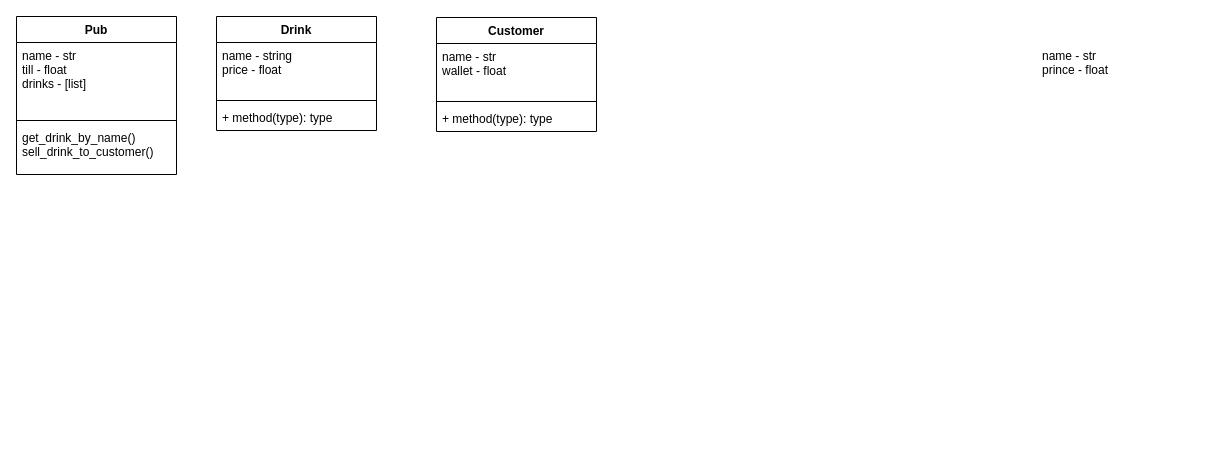
Earlier version of the draw.io diagram pub_plan.drawio (Andrej300/week_2_day_3_pub_lab). Source tidied: cells renumbered, new cells numbered last; positions are measured from the earlier drawing's top-left corner, leaving out a move shared by most shapes. Both pictures are drawn from the tidied source at 100%, with x=0, y=0 at pixel (16, 16).
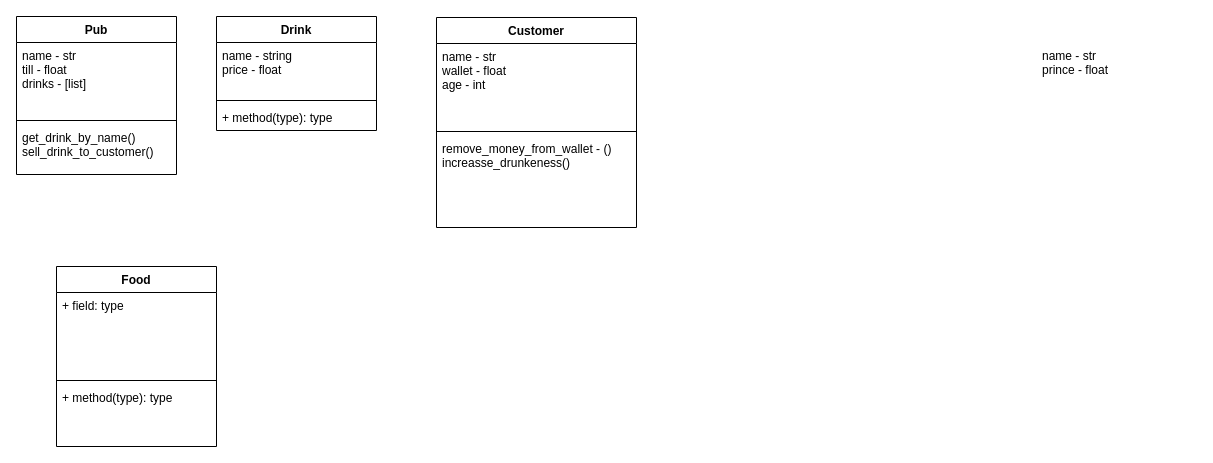
After the change.

The edit, as a diff of the source:
```diff
@@
 <mxGraphModel>
   <root>
     <mxCell id="0" />
     <mxCell id="1" parent="0" />
     <mxCell id="2" value="Customer" style="swimlane;fontStyle=1;align=center;verticalAlign=top;horizontal=1;startSize=26;" parent="1" vertex="1">
-      <mxGeometry x="420" y="1" width="160" height="114" as="geometry" />
+      <mxGeometry x="420" y="1" width="200" height="210" as="geometry" />
     </mxCell>
-    <mxCell id="3" value="name - str&#10;wallet - float" style="text;strokeColor=none;fillColor=none;align=left;verticalAlign=top;spacingLeft=4;spacingRight=4;overflow=hidden;" parent="2" vertex="1">
-      <mxGeometry y="26" width="160" height="54" as="geometry" />
+    <mxCell id="3" value="name - str&#10;wallet - float&#10;age - int" style="text;strokeColor=none;fillColor=none;align=left;verticalAlign=top;spacingLeft=4;spacingRight=4;overflow=hidden;" parent="2" vertex="1">
+      <mxGeometry y="26" width="200" height="84" as="geometry" />
     </mxCell>
     <mxCell id="4" style="line;strokeWidth=1;fillColor=none;align=left;verticalAlign=middle;spacingTop=-1;spacingLeft=3;spacingRight=3;labelPosition=right;" parent="2" vertex="1">
-      <mxGeometry y="80" width="160" height="8" as="geometry" />
+      <mxGeometry y="110" width="200" height="8" as="geometry" />
     </mxCell>
-    <mxCell id="5" value="+ method(type): type" style="text;strokeColor=none;fillColor=none;align=left;verticalAlign=top;spacingLeft=4;spacingRight=4;overflow=hidden;" parent="2" vertex="1">
-      <mxGeometry y="88" width="160" height="26" as="geometry" />
+    <mxCell id="5" value="remove_money_from_wallet - ()&#10;increasse_drunkeness()" style="text;strokeColor=none;fillColor=none;align=left;verticalAlign=top;spacingLeft=4;spacingRight=4;overflow=hidden;" parent="2" vertex="1">
+      <mxGeometry y="118" width="200" height="92" as="geometry" />
     </mxCell>
     <mxCell id="6" value="Pub" style="swimlane;fontStyle=1;align=center;verticalAlign=top;horizontal=1;startSize=26;" parent="1" vertex="1">
       <mxGeometry width="160" height="158" as="geometry" />
     </mxCell>
     <mxCell id="7" value="name - str&#10;till - float&#10;drinks - [list]" style="text;strokeColor=none;fillColor=none;align=left;verticalAlign=top;spacingLeft=4;spacingRight=4;overflow=hidden;" parent="6" vertex="1">
       <mxGeometry y="26" width="160" height="74" as="geometry" />
     </mxCell>
     <mxCell id="8" style="line;strokeWidth=1;fillColor=none;align=left;verticalAlign=middle;spacingTop=-1;spacingLeft=3;spacingRight=3;labelPosition=right;" parent="6" vertex="1">
       <mxGeometry y="100" width="160" height="8" as="geometry" />
     </mxCell>
     <mxCell id="9" value="get_drink_by_name()&#10;sell_drink_to_customer()" style="text;strokeColor=none;fillColor=none;align=left;verticalAlign=top;spacingLeft=4;spacingRight=4;overflow=hidden;" parent="6" vertex="1">
       <mxGeometry y="108" width="160" height="50" as="geometry" />
     </mxCell>
     <mxCell id="10" value="name - str&#10;prince - float" style="text;strokeColor=none;fillColor=none;align=left;verticalAlign=top;spacingLeft=4;spacingRight=4;overflow=hidden;" parent="1" vertex="1">
       <mxGeometry x="1020" y="26" width="160" height="54" as="geometry" />
     </mxCell>
     <mxCell id="11" value="Drink" style="swimlane;fontStyle=1;align=center;verticalAlign=top;horizontal=1;startSize=26;" parent="1" vertex="1">
       <mxGeometry x="200" width="160" height="114" as="geometry" />
     </mxCell>
     <mxCell id="12" value="name - string&#10;price - float" style="text;strokeColor=none;fillColor=none;align=left;verticalAlign=top;spacingLeft=4;spacingRight=4;overflow=hidden;" parent="11" vertex="1">
       <mxGeometry y="26" width="160" height="54" as="geometry" />
     </mxCell>
     <mxCell id="13" style="line;strokeWidth=1;fillColor=none;align=left;verticalAlign=middle;spacingTop=-1;spacingLeft=3;spacingRight=3;labelPosition=right;" parent="11" vertex="1">
       <mxGeometry y="80" width="160" height="8" as="geometry" />
     </mxCell>
     <mxCell id="14" value="+ method(type): type" style="text;strokeColor=none;fillColor=none;align=left;verticalAlign=top;spacingLeft=4;spacingRight=4;overflow=hidden;" parent="11" vertex="1">
       <mxGeometry y="88" width="160" height="26" as="geometry" />
     </mxCell>
+    <mxCell id="15" value="Food" style="swimlane;fontStyle=1;align=center;verticalAlign=top;horizontal=1;startSize=26;" parent="1" vertex="1">
+      <mxGeometry x="40" y="250" width="160" height="180" as="geometry" />
+    </mxCell>
+    <mxCell id="16" value="+ field: type" style="text;strokeColor=none;fillColor=none;align=left;verticalAlign=top;spacingLeft=4;spacingRight=4;overflow=hidden;" parent="15" vertex="1">
+      <mxGeometry y="26" width="160" height="84" as="geometry" />
+    </mxCell>
+    <mxCell id="17" style="line;strokeWidth=1;fillColor=none;align=left;verticalAlign=middle;spacingTop=-1;spacingLeft=3;spacingRight=3;labelPosition=right;" parent="15" vertex="1">
+      <mxGeometry y="110" width="160" height="8" as="geometry" />
+    </mxCell>
+    <mxCell id="18" value="+ method(type): type" style="text;strokeColor=none;fillColor=none;align=left;verticalAlign=top;spacingLeft=4;spacingRight=4;overflow=hidden;" parent="15" vertex="1">
+      <mxGeometry y="118" width="160" height="62" as="geometry" />
+    </mxCell>
   </root>
 </mxGraphModel>
```
